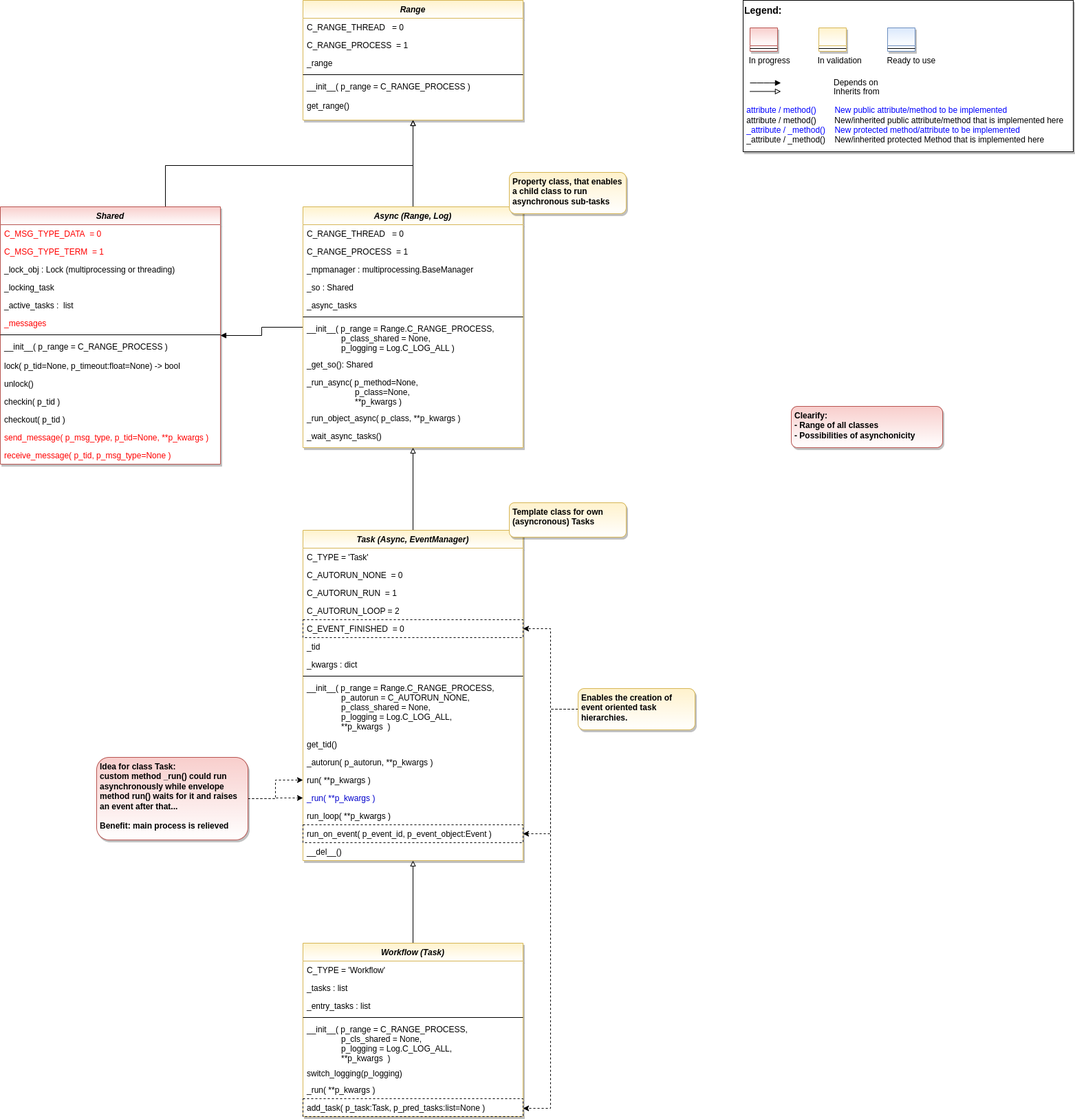
This is doc/rtd/content/append2/core/images/bf/MLPro-BF-MT_class_diagram.drawio.png from fhswf/MLPro, a draw.io export, as it was before one commit. Source tidied: cells renumbered, new cells last; positions are measured from the earlier drawing's top-left corner, leaving out a move shared by most shapes.
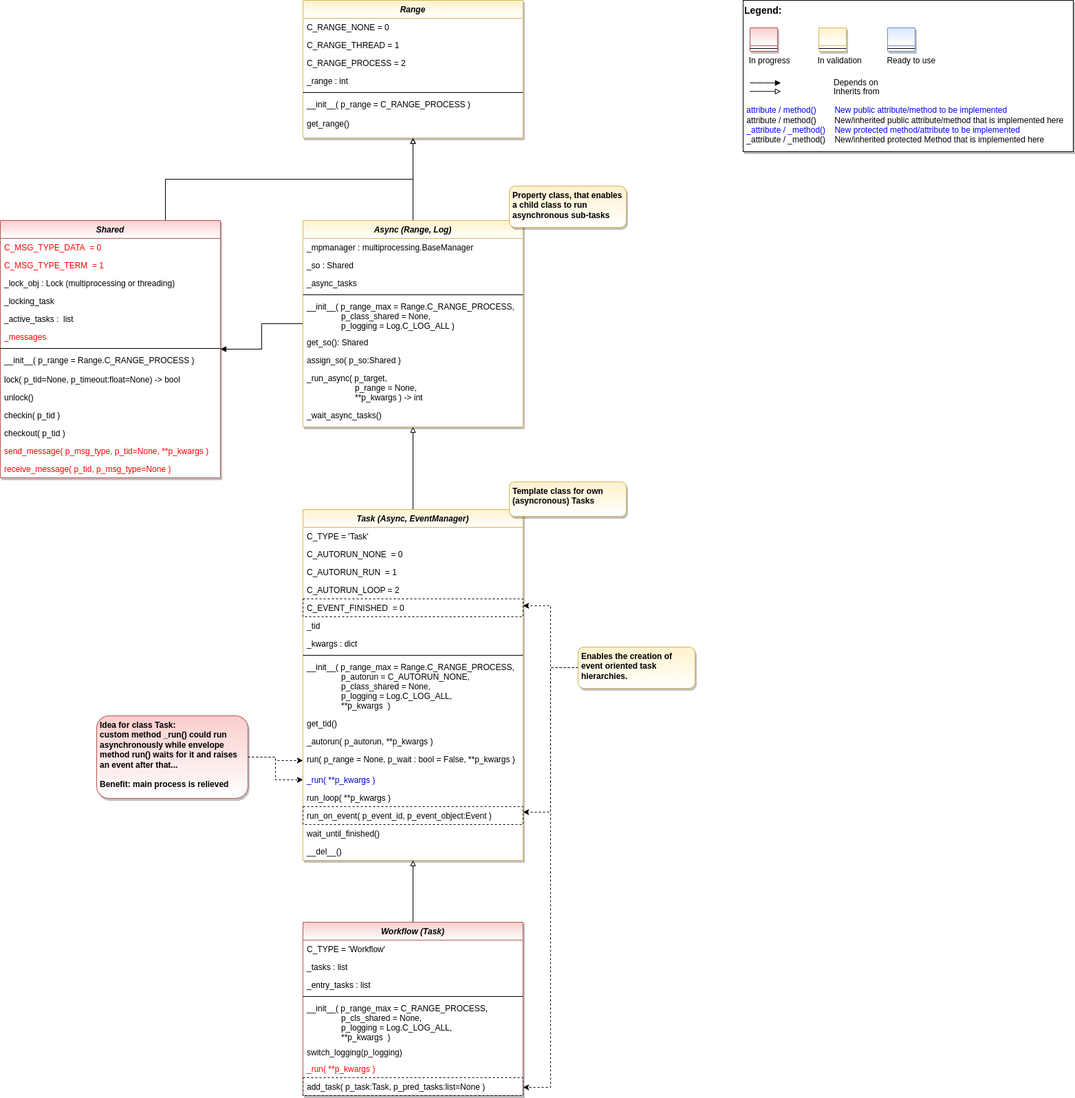
The same diagram one commit later.

Change to the diagram source:
```diff
@@ -48,4 +48,4 @@
         <Array as="points">
-          <mxPoint x="240" y="240" />
-          <mxPoint x="600" y="240" />
+          <mxPoint x="240" y="260" />
+          <mxPoint x="600" y="260" />
         </Array>
@@ -54,3 +54,3 @@
     <mxCell id="13" value="Shared" style="swimlane;fontStyle=3;align=center;verticalAlign=top;horizontal=1;startSize=26;rounded=0;shadow=1;strokeWidth=1;fillColor=#f8cecc;strokeColor=#b85450;glass=0;swimlaneFillColor=#ffffff;gradientColor=#FFFFFF;" parent="1" vertex="1">
-      <mxGeometry y="300" width="320" height="374" as="geometry" />
+      <mxGeometry y="320" width="320" height="374" as="geometry" />
     </mxCell>
@@ -77,3 +77,3 @@
     </mxCell>
-    <mxCell id="21" value="__init__( p_range = C_RANGE_PROCESS )" style="text;align=left;verticalAlign=top;spacingLeft=4;spacingRight=4;overflow=hidden;fontColor=default;" parent="13" vertex="1">
+    <mxCell id="21" value="__init__( p_range = Range.C_RANGE_PROCESS )" style="text;align=left;verticalAlign=top;spacingLeft=4;spacingRight=4;overflow=hidden;fontColor=default;" parent="13" vertex="1">
       <mxGeometry y="190" width="320" height="28" as="geometry" />
@@ -105,39 +105,33 @@
     <mxCell id="30" value="Async (Range, Log)" style="swimlane;fontStyle=3;align=center;verticalAlign=top;horizontal=1;startSize=26;rounded=0;shadow=1;strokeWidth=1;fillColor=#fff2cc;strokeColor=#d6b656;glass=0;swimlaneFillColor=#ffffff;gradientColor=#FFFFFF;" parent="1" vertex="1">
-      <mxGeometry x="440" y="300" width="320" height="350" as="geometry" />
+      <mxGeometry x="440" y="320" width="320" height="300" as="geometry" />
     </mxCell>
-    <mxCell id="31" value="C_RANGE_THREAD   = 0" style="text;align=left;verticalAlign=top;spacingLeft=4;spacingRight=4;overflow=hidden;" parent="30" vertex="1">
-      <mxGeometry y="26" width="320" height="26" as="geometry" />
-    </mxCell>
-    <mxCell id="32" value="C_RANGE_PROCESS  = 1" style="text;align=left;verticalAlign=top;spacingLeft=4;spacingRight=4;overflow=hidden;" parent="30" vertex="1">
-      <mxGeometry y="52" width="320" height="26" as="geometry" />
-    </mxCell>
     <mxCell id="33" value="_mpmanager : multiprocessing.BaseManager" style="text;align=left;verticalAlign=top;spacingLeft=4;spacingRight=4;overflow=hidden;fontColor=default;" parent="30" vertex="1">
-      <mxGeometry y="78" width="320" height="26" as="geometry" />
+      <mxGeometry y="26" width="320" height="26" as="geometry" />
     </mxCell>
     <mxCell id="34" value="_so : Shared" style="text;align=left;verticalAlign=top;spacingLeft=4;spacingRight=4;overflow=hidden;" parent="30" vertex="1">
-      <mxGeometry y="104" width="320" height="26" as="geometry" />
+      <mxGeometry y="52" width="320" height="26" as="geometry" />
     </mxCell>
     <mxCell id="35" value="_async_tasks" style="text;align=left;verticalAlign=top;spacingLeft=4;spacingRight=4;overflow=hidden;" parent="30" vertex="1">
-      <mxGeometry y="130" width="320" height="26" as="geometry" />
+      <mxGeometry y="78" width="320" height="26" as="geometry" />
     </mxCell>
     <mxCell id="36" style="line;html=1;strokeWidth=1;align=left;verticalAlign=middle;spacingTop=-1;spacingLeft=3;spacingRight=3;labelPosition=right;" parent="30" vertex="1">
-      <mxGeometry y="156" width="320" height="8" as="geometry" />
+      <mxGeometry y="104" width="320" height="8" as="geometry" />
     </mxCell>
-    <mxCell id="37" value="__init__( p_range = Range.C_RANGE_PROCESS,&#10;               p_class_shared = None,&#10;               p_logging = Log.C_LOG_ALL )" style="text;align=left;verticalAlign=top;spacingLeft=4;spacingRight=4;overflow=hidden;fontColor=default;" parent="30" vertex="1">
-      <mxGeometry y="164" width="320" height="52" as="geometry" />
+    <mxCell id="37" value="__init__( p_range_max = Range.C_RANGE_PROCESS,&#10;               p_class_shared = None,&#10;               p_logging = Log.C_LOG_ALL )" style="text;align=left;verticalAlign=top;spacingLeft=4;spacingRight=4;overflow=hidden;fontColor=default;" parent="30" vertex="1">
+      <mxGeometry y="112" width="320" height="52" as="geometry" />
     </mxCell>
-    <mxCell id="38" value="_get_so(): Shared" style="text;align=left;verticalAlign=top;spacingLeft=4;spacingRight=4;overflow=hidden;fontColor=default;" parent="30" vertex="1">
-      <mxGeometry y="216" width="320" height="26" as="geometry" />
+    <mxCell id="38" value="get_so(): Shared" style="text;align=left;verticalAlign=top;spacingLeft=4;spacingRight=4;overflow=hidden;fontColor=default;" parent="30" vertex="1">
+      <mxGeometry y="164" width="320" height="26" as="geometry" />
     </mxCell>
+    <mxCell id="87" value="assign_so( p_so:Shared )" style="text;align=left;verticalAlign=top;spacingLeft=4;spacingRight=4;overflow=hidden;fontColor=default;" parent="30" vertex="1">
+      <mxGeometry y="190" width="320" height="26" as="geometry" />
+    </mxCell>
-    <mxCell id="39" value="_run_async( p_method=None,&#10;                     p_class=None,&#10;                     **p_kwargs )" style="text;align=left;verticalAlign=top;spacingLeft=4;spacingRight=4;overflow=hidden;fontColor=default;" parent="30" vertex="1">
-      <mxGeometry y="242" width="320" height="52" as="geometry" />
+    <mxCell id="39" value="_run_async( p_target,&#10;                     p_range = None,&#10;                     **p_kwargs ) -&gt; int" style="text;align=left;verticalAlign=top;spacingLeft=4;spacingRight=4;overflow=hidden;fontColor=default;" parent="30" vertex="1">
+      <mxGeometry y="216" width="320" height="54" as="geometry" />
     </mxCell>
-    <mxCell id="40" value="_run_object_async( p_class, **p_kwargs )" style="text;align=left;verticalAlign=top;spacingLeft=4;spacingRight=4;overflow=hidden;fontColor=default;" parent="30" vertex="1">
-      <mxGeometry y="294" width="320" height="26" as="geometry" />
-    </mxCell>
     <mxCell id="41" value="_wait_async_tasks()" style="text;align=left;verticalAlign=top;spacingLeft=4;spacingRight=4;overflow=hidden;fontColor=default;" parent="30" vertex="1">
-      <mxGeometry y="320" width="320" height="26" as="geometry" />
+      <mxGeometry y="270" width="320" height="26" as="geometry" />
     </mxCell>
     <mxCell id="42" value="Property class, that enables a child class to run asynchronous sub-tasks" style="rounded=1;whiteSpace=wrap;html=1;fillColor=#fff2cc;strokeColor=#d6b656;shadow=1;gradientColor=#ffffff;fontStyle=1;align=left;verticalAlign=top;spacingRight=3;spacingLeft=3;" parent="1" vertex="1">
-      <mxGeometry x="740" y="250" width="170" height="60" as="geometry" />
+      <mxGeometry x="740" y="270" width="170" height="60" as="geometry" />
     </mxCell>
@@ -147,3 +141,3 @@
     <mxCell id="44" value="Task (Async, EventManager)" style="swimlane;fontStyle=3;align=center;verticalAlign=top;horizontal=1;startSize=26;rounded=0;shadow=1;strokeWidth=1;fillColor=#fff2cc;strokeColor=#d6b656;glass=0;swimlaneFillColor=#ffffff;gradientColor=#FFFFFF;" parent="1" vertex="1">
-      <mxGeometry x="440" y="770" width="320" height="480" as="geometry" />
+      <mxGeometry x="440" y="740" width="320" height="510" as="geometry" />
     </mxCell>
@@ -173,3 +167,3 @@
     </mxCell>
-    <mxCell id="53" value="__init__( p_range = Range.C_RANGE_PROCESS,&#10;               p_autorun = C_AUTORUN_NONE,&#10;               p_class_shared = None,&#10;               p_logging = Log.C_LOG_ALL,&#10;               **p_kwargs  )" style="text;align=left;verticalAlign=top;spacingLeft=4;spacingRight=4;overflow=hidden;fontColor=default;" parent="44" vertex="1">
+    <mxCell id="53" value="__init__( p_range_max = Range.C_RANGE_PROCESS,&#10;               p_autorun = C_AUTORUN_NONE,&#10;               p_class_shared = None,&#10;               p_logging = Log.C_LOG_ALL,&#10;               **p_kwargs  )" style="text;align=left;verticalAlign=top;spacingLeft=4;spacingRight=4;overflow=hidden;fontColor=default;" parent="44" vertex="1">
       <mxGeometry y="216" width="320" height="82" as="geometry" />
@@ -182,17 +176,20 @@
     </mxCell>
-    <mxCell id="56" value="run( **p_kwargs )" style="text;align=left;verticalAlign=top;spacingLeft=4;spacingRight=4;overflow=hidden;points=[[0,0.5],[1,0.5]];portConstraint=eastwest;" parent="44" vertex="1">
-      <mxGeometry y="350" width="320" height="26" as="geometry" />
+    <mxCell id="56" value="run( p_range = None, p_wait : bool = False, **p_kwargs )" style="text;align=left;verticalAlign=top;spacingLeft=4;spacingRight=4;overflow=hidden;points=[[0,0.5],[1,0.5]];portConstraint=eastwest;fontColor=default;" parent="44" vertex="1">
+      <mxGeometry y="350" width="320" height="30" as="geometry" />
     </mxCell>
     <mxCell id="57" value="_run( **p_kwargs )" style="text;align=left;verticalAlign=top;spacingLeft=4;spacingRight=4;overflow=hidden;points=[[0,0.5],[1,0.5]];portConstraint=eastwest;fontColor=#0000CC;" parent="44" vertex="1">
-      <mxGeometry y="376" width="320" height="26" as="geometry" />
+      <mxGeometry y="380" width="320" height="26" as="geometry" />
     </mxCell>
     <mxCell id="58" value="run_loop( **p_kwargs )" style="text;align=left;verticalAlign=top;spacingLeft=4;spacingRight=4;overflow=hidden;fontColor=default;" parent="44" vertex="1">
-      <mxGeometry y="402" width="320" height="26" as="geometry" />
+      <mxGeometry y="406" width="320" height="26" as="geometry" />
     </mxCell>
     <mxCell id="59" value="run_on_event( p_event_id, p_event_object:Event )" style="text;align=left;verticalAlign=top;spacingLeft=4;spacingRight=4;overflow=hidden;points=[[0,0.5],[1,0.5]];portConstraint=eastwest;fontColor=default;labelBorderColor=none;strokeColor=default;dashed=1;" parent="44" vertex="1">
-      <mxGeometry y="428" width="320" height="26" as="geometry" />
+      <mxGeometry y="432" width="320" height="26" as="geometry" />
     </mxCell>
-    <mxCell id="60" value="__del__()" style="text;align=left;verticalAlign=top;spacingLeft=4;spacingRight=4;overflow=hidden;fontColor=default;" parent="44" vertex="1">
-      <mxGeometry y="454" width="320" height="26" as="geometry" />
+    <mxCell id="60" value="wait_until_finished()" style="text;align=left;verticalAlign=top;spacingLeft=4;spacingRight=4;overflow=hidden;fontColor=default;" parent="44" vertex="1">
+      <mxGeometry y="458" width="320" height="26" as="geometry" />
     </mxCell>
+    <mxCell id="88" value="__del__()" style="text;align=left;verticalAlign=top;spacingLeft=4;spacingRight=4;overflow=hidden;fontColor=default;" parent="44" vertex="1">
+      <mxGeometry y="484" width="320" height="26" as="geometry" />
+    </mxCell>
     <mxCell id="61" style="edgeStyle=orthogonalEdgeStyle;rounded=0;jettySize=auto;html=1;fontColor=#0000CC;endArrow=block;endFill=0;" parent="1" edge="1" source="62" target="44">
@@ -200,4 +197,4 @@
     </mxCell>
-    <mxCell id="62" value="Workflow (Task)" style="swimlane;fontStyle=3;align=center;verticalAlign=top;horizontal=1;startSize=26;rounded=0;shadow=1;strokeWidth=1;fillColor=#fff2cc;strokeColor=#d6b656;glass=0;swimlaneFillColor=#ffffff;gradientColor=#FFFFFF;" parent="1" vertex="1">
-      <mxGeometry x="440" y="1370" width="320" height="252" as="geometry" />
+    <mxCell id="62" value="Workflow (Task)" style="swimlane;fontStyle=3;align=center;verticalAlign=top;horizontal=1;startSize=26;rounded=0;shadow=1;strokeWidth=1;fillColor=#f8cecc;strokeColor=#b85450;glass=0;swimlaneFillColor=#ffffff;gradientColor=#FFFFFF;" parent="1" vertex="1">
+      <mxGeometry x="440" y="1340" width="320" height="252" as="geometry" />
     </mxCell>
@@ -215,3 +212,3 @@
     </mxCell>
-    <mxCell id="67" value="__init__( p_range = C_RANGE_PROCESS,&#10;               p_cls_shared = None,&#10;               p_logging = Log.C_LOG_ALL,&#10;               **p_kwargs  )" style="text;align=left;verticalAlign=top;spacingLeft=4;spacingRight=4;overflow=hidden;fontColor=default;" parent="62" vertex="1">
+    <mxCell id="67" value="__init__( p_range_max = C_RANGE_PROCESS,&#10;               p_cls_shared = None,&#10;               p_logging = Log.C_LOG_ALL,&#10;               **p_kwargs  )" style="text;align=left;verticalAlign=top;spacingLeft=4;spacingRight=4;overflow=hidden;fontColor=default;" parent="62" vertex="1">
       <mxGeometry y="112" width="320" height="64" as="geometry" />
@@ -221,3 +218,3 @@
     </mxCell>
-    <mxCell id="69" value="_run( **p_kwargs )" style="text;align=left;verticalAlign=top;spacingLeft=4;spacingRight=4;overflow=hidden;fontColor=default;" parent="62" vertex="1">
+    <mxCell id="69" value="_run( **p_kwargs )" style="text;align=left;verticalAlign=top;spacingLeft=4;spacingRight=4;overflow=hidden;fontColor=#FF0000;" parent="62" vertex="1">
       <mxGeometry y="200" width="320" height="26" as="geometry" />
@@ -230,4 +227,4 @@
         <Array as="points">
-          <mxPoint x="800" y="1030" />
-          <mxPoint x="800" y="1211" />
+          <mxPoint x="800" y="970" />
+          <mxPoint x="800" y="1180" />
         </Array>
@@ -238,4 +235,4 @@
         <Array as="points">
-          <mxPoint x="800" y="1030" />
-          <mxPoint x="800" y="913" />
+          <mxPoint x="800" y="970" />
+          <mxPoint x="800" y="880" />
         </Array>
@@ -246,4 +243,4 @@
         <Array as="points">
-          <mxPoint x="800" y="1030" />
-          <mxPoint x="800" y="1610" />
+          <mxPoint x="800" y="970" />
+          <mxPoint x="800" y="1580" />
         </Array>
@@ -252,31 +249,31 @@
     <mxCell id="74" value="Enables the creation of event oriented task hierarchies." style="rounded=1;whiteSpace=wrap;html=1;fillColor=#fff2cc;strokeColor=#d6b656;shadow=1;gradientColor=#ffffff;fontStyle=1;align=left;verticalAlign=top;spacingRight=3;spacingLeft=3;" parent="1" vertex="1">
-      <mxGeometry x="840" y="1000" width="170" height="60" as="geometry" />
+      <mxGeometry x="840" y="940" width="170" height="60" as="geometry" />
     </mxCell>
     <mxCell id="75" value="Range" style="swimlane;fontStyle=3;align=center;verticalAlign=top;horizontal=1;startSize=26;rounded=0;shadow=1;strokeWidth=1;fillColor=#fff2cc;strokeColor=#d6b656;glass=0;swimlaneFillColor=#ffffff;gradientColor=#FFFFFF;" parent="1" vertex="1">
-      <mxGeometry x="440" width="320" height="174" as="geometry" />
+      <mxGeometry x="440" width="320" height="200" as="geometry" />
     </mxCell>
+    <mxCell id="89" value="C_RANGE_NONE = 0" style="text;align=left;verticalAlign=top;spacingLeft=4;spacingRight=4;overflow=hidden;" parent="75" vertex="1">
+      <mxGeometry y="26" width="320" height="26" as="geometry" />
+    </mxCell>
-    <mxCell id="76" value="C_RANGE_THREAD   = 0" style="text;align=left;verticalAlign=top;spacingLeft=4;spacingRight=4;overflow=hidden;" parent="75" vertex="1">
-      <mxGeometry y="26" width="320" height="26" as="geometry" />
+    <mxCell id="76" value="C_RANGE_THREAD = 1" style="text;align=left;verticalAlign=top;spacingLeft=4;spacingRight=4;overflow=hidden;" parent="75" vertex="1">
+      <mxGeometry y="52" width="320" height="26" as="geometry" />
     </mxCell>
-    <mxCell id="77" value="C_RANGE_PROCESS  = 1" style="text;align=left;verticalAlign=top;spacingLeft=4;spacingRight=4;overflow=hidden;" parent="75" vertex="1">
-      <mxGeometry y="52" width="320" height="26" as="geometry" />
+    <mxCell id="77" value="C_RANGE_PROCESS = 2" style="text;align=left;verticalAlign=top;spacingLeft=4;spacingRight=4;overflow=hidden;" parent="75" vertex="1">
+      <mxGeometry y="78" width="320" height="26" as="geometry" />
     </mxCell>
-    <mxCell id="78" value="_range" style="text;align=left;verticalAlign=top;spacingLeft=4;spacingRight=4;overflow=hidden;" parent="75" vertex="1">
-      <mxGeometry y="78" width="320" height="26" as="geometry" />
+    <mxCell id="78" value="_range : int" style="text;align=left;verticalAlign=top;spacingLeft=4;spacingRight=4;overflow=hidden;" parent="75" vertex="1">
+      <mxGeometry y="104" width="320" height="26" as="geometry" />
     </mxCell>
     <mxCell id="79" style="line;html=1;strokeWidth=1;align=left;verticalAlign=middle;spacingTop=-1;spacingLeft=3;spacingRight=3;labelPosition=right;" parent="75" vertex="1">
-      <mxGeometry y="104" width="320" height="8" as="geometry" />
+      <mxGeometry y="130" width="320" height="8" as="geometry" />
     </mxCell>
     <mxCell id="80" value="__init__( p_range = C_RANGE_PROCESS )" style="text;align=left;verticalAlign=top;spacingLeft=4;spacingRight=4;overflow=hidden;fontColor=default;" parent="75" vertex="1">
-      <mxGeometry y="112" width="320" height="28" as="geometry" />
+      <mxGeometry y="138" width="320" height="28" as="geometry" />
     </mxCell>
     <mxCell id="81" value="get_range()" style="text;align=left;verticalAlign=top;spacingLeft=4;spacingRight=4;overflow=hidden;fontColor=default;" parent="75" vertex="1">
-      <mxGeometry y="140" width="320" height="34" as="geometry" />
+      <mxGeometry y="166" width="320" height="34" as="geometry" />
     </mxCell>
     <mxCell id="82" value="Template class for own (asyncronous) Tasks" style="rounded=1;whiteSpace=wrap;html=1;fillColor=#fff2cc;strokeColor=#d6b656;shadow=1;gradientColor=#ffffff;fontStyle=1;align=left;verticalAlign=top;spacingRight=3;spacingLeft=3;" parent="1" vertex="1">
-      <mxGeometry x="740" y="730" width="170" height="50" as="geometry" />
+      <mxGeometry x="740" y="700" width="170" height="50" as="geometry" />
     </mxCell>
-    <mxCell id="83" value="Clearify: &lt;br&gt;- Range of all classes&lt;br&gt;- Possibilities of asynchonicity" style="rounded=1;whiteSpace=wrap;html=1;fillColor=#f8cecc;strokeColor=#b85450;shadow=1;fontStyle=1;align=left;verticalAlign=top;spacingRight=3;spacingLeft=3;gradientColor=#FFFFFF;" parent="1" vertex="1">
-      <mxGeometry x="1150" y="590" width="220" height="60" as="geometry" />
-    </mxCell>
     <mxCell id="84" style="edgeStyle=orthogonalEdgeStyle;rounded=0;jettySize=auto;html=1;dashed=1;" parent="1" edge="1" source="86" target="57">
@@ -288,3 +285,3 @@
     <mxCell id="86" value="Idea for class Task:&lt;br&gt;custom method _run() could run asynchronously while envelope method run() waits for it and raises an event after that...&lt;br&gt;&lt;br&gt;Benefit: main process is relieved" style="rounded=1;whiteSpace=wrap;html=1;fillColor=#f8cecc;strokeColor=#b85450;shadow=1;fontStyle=1;align=left;verticalAlign=top;spacingRight=3;spacingLeft=3;gradientColor=#FFFFFF;" parent="1" vertex="1">
-      <mxGeometry x="140" y="1100" width="220" height="120" as="geometry" />
+      <mxGeometry x="140" y="1040" width="220" height="120" as="geometry" />
     </mxCell>
```
